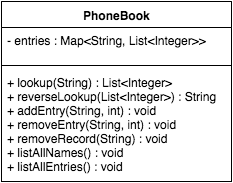
This is PhoneBook.png from jleczner/HoldingObjectsLab, a draw.io export, as it was before one commit. Source tidied: cells renumbered, new cells last; positions are measured from the earlier drawing's top-left corner, leaving out a move shared by most shapes.
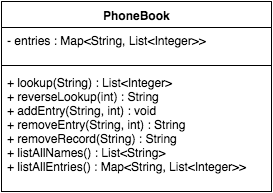
The same file after the commit.

Commit message:
refactored UML, updated method signatures

Diff of the diagram source:
```diff
@@ -3,16 +3,16 @@
     <mxCell id="0" />
     <mxCell id="1" parent="0" />
     <mxCell id="2" value="PhoneBook" style="swimlane;html=1;fontStyle=1;align=center;verticalAlign=top;horizontal=1;startSize=26;swimlaneFillColor=#ffffff;" parent="1" vertex="1">
-      <mxGeometry width="230" height="180" as="geometry" />
+      <mxGeometry width="270" height="190" as="geometry" />
     </mxCell>
     <mxCell id="3" value="- entries : Map&amp;lt;String, List&amp;lt;Integer&amp;gt;&amp;gt;" style="text;html=1;strokeColor=none;fillColor=none;align=left;verticalAlign=top;spacingLeft=4;spacingRight=4;whiteSpace=wrap;overflow=hidden;" parent="2" vertex="1">
-      <mxGeometry y="26" width="230" height="34" as="geometry" />
+      <mxGeometry y="26" width="270" height="34" as="geometry" />
     </mxCell>
     <mxCell id="4" style="line;html=1;strokeWidth=1;fillColor=none;align=left;verticalAlign=middle;spacingTop=-1;spacingLeft=3;spacingRight=3;labelPosition=right;" parent="2" vertex="1">
-      <mxGeometry y="60" width="230" height="8" as="geometry" />
+      <mxGeometry y="60" width="270" height="8" as="geometry" />
     </mxCell>
-    <mxCell id="5" value="+ lookup(String) : List&amp;lt;Integer&amp;gt;&lt;div&gt;+ reverseLookup(List&amp;lt;Integer&amp;gt;) : String&lt;br&gt;&lt;div&gt;+ addEntry(String, int) : void&lt;/div&gt;&lt;div&gt;+ removeEntry(String, int) : void&lt;/div&gt;&lt;div&gt;+ removeRecord(String) : void&lt;/div&gt;&lt;div&gt;+ listAllNames() : void&lt;/div&gt;&lt;div&gt;+ listAllEntries() : void&lt;/div&gt;&lt;/div&gt;" style="text;html=1;strokeColor=none;fillColor=none;align=left;verticalAlign=top;spacingLeft=4;spacingRight=4;whiteSpace=wrap;overflow=hidden;" parent="2" vertex="1">
-      <mxGeometry y="68" width="230" height="102" as="geometry" />
+    <mxCell id="5" value="+ lookup(String) : List&amp;lt;Integer&amp;gt;&lt;div&gt;+ reverseLookup(int) : String&lt;br&gt;&lt;div&gt;+ addEntry(String, int) : void&lt;/div&gt;&lt;div&gt;+ removeEntry(String, int) : String&lt;/div&gt;&lt;div&gt;+ removeRecord(String) : String&lt;/div&gt;&lt;div&gt;+ listAllNames() : List&amp;lt;String&amp;gt;&lt;/div&gt;&lt;div&gt;+ listAllEntries() : Map&amp;lt;String, List&amp;lt;Integer&amp;gt;&amp;gt;&lt;/div&gt;&lt;/div&gt;" style="text;html=1;strokeColor=none;fillColor=none;align=left;verticalAlign=top;spacingLeft=4;spacingRight=4;whiteSpace=wrap;overflow=hidden;" parent="2" vertex="1">
+      <mxGeometry y="68" width="270" height="102" as="geometry" />
     </mxCell>
   </root>
 </mxGraphModel>
```
